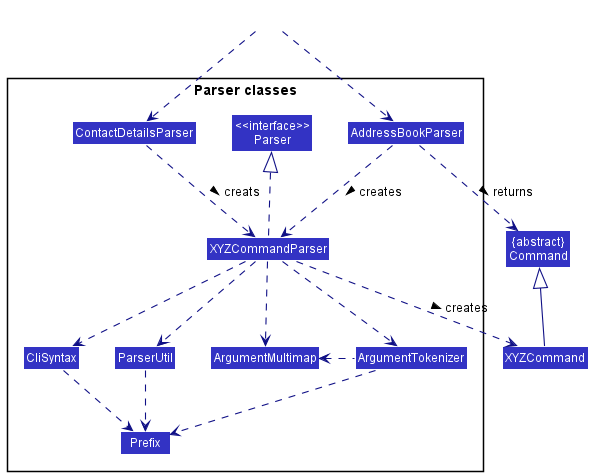
The PlantUML diagram docs/images/ParserClasses.png in tonishka/tp, before a commit.
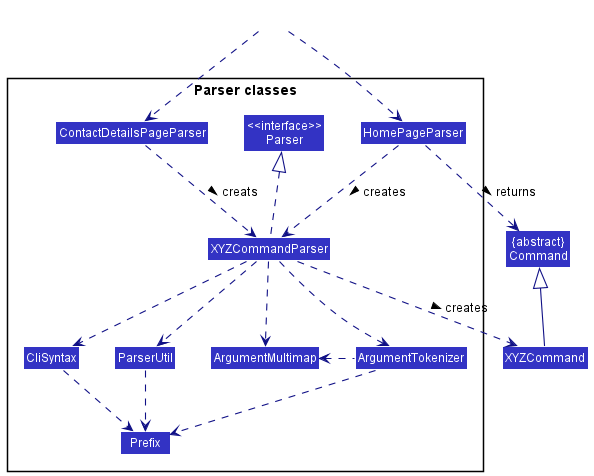
Above is the later version.

What changed in the source:
```diff
@@ -9,8 +9,8 @@
 
 package "Parser classes"{
 Class "<<interface>>\nParser" as Parser
-Class AddressBookParser
-Class ContactDetailsParser
+Class "HomePageParser" as AddressBookParser
+Class "ContactDetailsPageParser" as ContactDetailsParser
 Class XYZCommandParser
 Class CliSyntax
 Class ParserUtil
```
